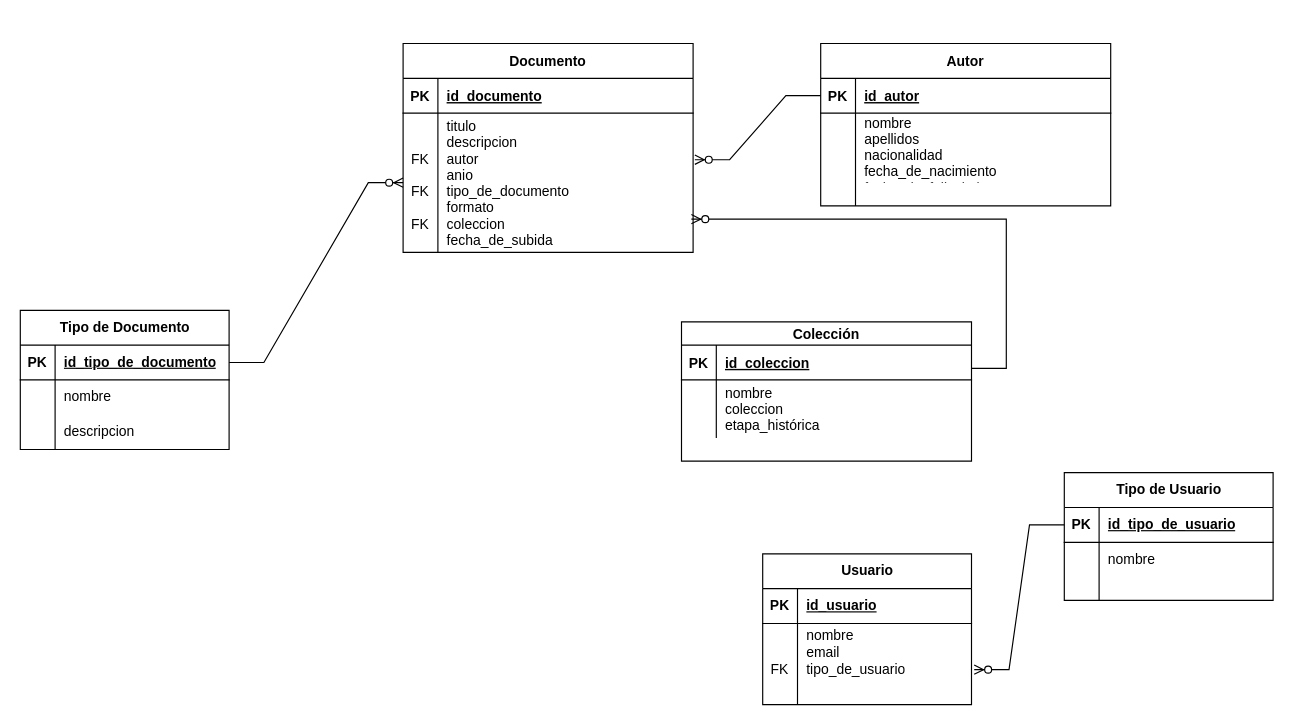
reyes-art-car/aetas-historia keeps this draw.io diagram as aetas-historia-ER.drawio. Above is the earlier version. Source tidied: cells renumbered, new cells numbered last; positions are measured from the earlier drawing's top-left corner, leaving out a move shared by most shapes. Both pictures are drawn from the tidied source at 116%, with x=0, y=0 at pixel (20, 43).
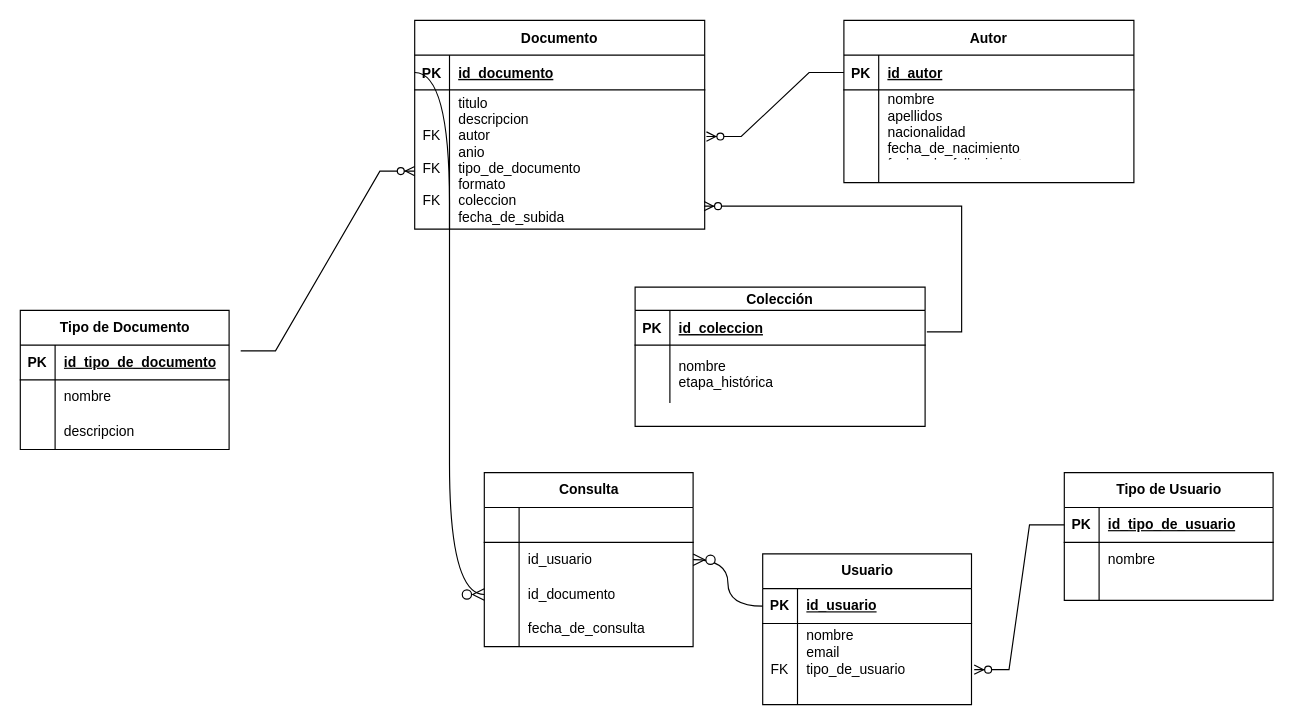
The same diagram, later.

The change refers to these unchanged cells:
```xml
<mxCell id="16" style="shape=partialRectangle;fillColor=none;top=0;left=0;right=0;bottom=0;" parent="12" vertex="1">
  <mxGeometry y="50" width="250" height="50" as="geometry" />
</mxCell>
<mxCell id="20" style="shape=partialRectangle;fillColor=none;points=[[0,0.5],[1,0.5]];portConstraint=eastwest;top=0;left=0;right=0;bottom=1;" parent="19" vertex="1">
  <mxGeometry y="30" width="250" height="30" as="geometry" />
</mxCell>
<mxCell id="23" style="shape=partialRectangle;fillColor=none;points=[[0,0.5],[1,0.5]];portConstraint=eastwest;top=0;left=0;right=0;bottom=0;" parent="19" vertex="1">
  <mxGeometry y="60" width="250" height="120" as="geometry" />
</mxCell>
<mxCell id="27" style="shape=tableRow;horizontal=0;startSize=0;swimlaneHead=0;swimlaneBody=0;fillColor=none;points=[[0,0.5],[1,0.5]];portConstraint=eastwest;top=0;left=0;right=0;bottom=1;" parent="26" vertex="1">
  <mxGeometry y="30" width="180" height="30" as="geometry" />
</mxCell>
<mxCell id="37" style="shape=tableRow;horizontal=0;startSize=0;swimlaneHead=0;swimlaneBody=0;fillColor=none;points=[[0,0.5],[1,0.5]];portConstraint=eastwest;top=0;left=0;right=0;bottom=1;" parent="36" vertex="1">
  <mxGeometry y="30" width="180" height="30" as="geometry" />
</mxCell>
```

What changed in the source:
```diff
@@
     <mxCell id="2" value="Autor" style="shape=table;startSize=30;childLayout=tableLayout;rowLines=0;fontStyle=1;align=center;" parent="1" vertex="1">
-      <mxGeometry x="690" width="250" height="140" as="geometry" />
+      <mxGeometry x="710" y="-20" width="250" height="140" as="geometry" />
     </mxCell>
@@
     <mxCell id="12" value="Colección" style="shape=table;startSize=20;childLayout=tableLayout;rowLines=0;fontStyle=1;align=center;" parent="1" vertex="1">
-      <mxGeometry x="570" y="240" width="250" height="120" as="geometry" />
+      <mxGeometry x="530" y="210" width="250" height="120" as="geometry" />
     </mxCell>
@@
-    <mxCell id="18" value="nombre&#10;coleccion&#10;etapa_histórica" style="shape=partialRectangle;overflow=hidden;fillColor=none;top=0;left=0;bottom=0;right=0;align=left;spacingLeft=6;" parent="16" vertex="1">
+    <mxCell id="18" value="nombre&#10;etapa_histórica" style="shape=partialRectangle;overflow=hidden;fillColor=none;top=0;left=0;bottom=0;right=0;align=left;spacingLeft=6;" parent="16" vertex="1">
       <mxGeometry x="30" width="220" height="50" as="geometry" />
     </mxCell>
     <mxCell id="19" value="Documento" style="shape=table;startSize=30;childLayout=tableLayout;rowLines=0;fontStyle=1;align=center;" parent="1" vertex="1">
-      <mxGeometry x="330" width="250" height="180" as="geometry" />
+      <mxGeometry x="340" y="-20" width="250" height="180" as="geometry" />
     </mxCell>
@@
-    <mxCell id="56" style="edgeStyle=entityRelationEdgeStyle;fontSize=12;html=1;endArrow=ERzeroToMany;endFill=1;rounded=0;" parent="1" edge="1" source="27">
+    <mxCell id="56" style="edgeStyle=entityRelationEdgeStyle;fontSize=12;html=1;endArrow=ERzeroToMany;endFill=1;rounded=0;" parent="1" edge="1">
       <mxGeometry relative="1" as="geometry">
-        <mxPoint x="330" y="120" as="targetPoint" />
+        <mxPoint x="190" y="265" as="sourcePoint" />
+        <mxPoint x="340" y="110" as="targetPoint" />
       </mxGeometry>
     </mxCell>
-    <mxCell id="57" style="edgeStyle=entityRelationEdgeStyle;fontSize=12;html=1;endArrow=ERzeroToMany;endFill=1;rounded=0;entryX=0.994;entryY=0.762;entryDx=0;entryDy=0;entryPerimeter=0;" parent="1" edge="1" target="23">
+    <mxCell id="57" style="edgeStyle=entityRelationEdgeStyle;fontSize=12;html=1;endArrow=ERzeroToMany;endFill=1;rounded=0;entryX=0.998;entryY=0.835;entryDx=0;entryDy=0;entryPerimeter=0;" parent="1" edge="1" target="23">
       <mxGeometry relative="1" as="geometry">
-        <mxPoint x="820" y="280" as="sourcePoint" />
+        <mxPoint x="781.5" y="248.6" as="sourcePoint" />
         <Array as="points">
-          <mxPoint x="640" y="165" />
-          <mxPoint x="880" y="155" />
-          <mxPoint x="650" y="115" />
+          <mxPoint x="601.5" y="133.6" />
+          <mxPoint x="841.5" y="123.6" />
+          <mxPoint x="611.5" y="83.6" />
         </Array>
       </mxGeometry>
     </mxCell>
@@
+    <mxCell id="60" value="Consulta" style="shape=table;startSize=30;childLayout=tableLayout;rowLines=0;fontStyle=1;align=center;html=1;" parent="1" vertex="1">
+      <mxGeometry x="400" y="370" width="180" height="150" as="geometry" />
+    </mxCell>
+    <mxCell id="61" style="shape=tableRow;horizontal=0;startSize=0;swimlaneHead=0;swimlaneBody=0;fillColor=none;top=0;left=0;right=0;bottom=1;" parent="60" vertex="1">
+      <mxGeometry y="30" width="180" height="30" as="geometry" />
+    </mxCell>
+    <mxCell id="62" style="shape=partialRectangle;fillColor=none;top=0;left=0;bottom=0;right=0;fontStyle=1;overflow=hidden;whiteSpace=wrap;html=1;" parent="61" vertex="1">
+      <mxGeometry width="30" height="30" as="geometry" />
+    </mxCell>
+    <mxCell id="63" style="shape=partialRectangle;fillColor=none;top=0;left=0;bottom=0;right=0;align=left;spacingLeft=6;fontStyle=5;overflow=hidden;whiteSpace=wrap;html=1;" parent="61" vertex="1">
+      <mxGeometry x="30" width="150" height="30" as="geometry" />
+    </mxCell>
+    <mxCell id="64" style="shape=tableRow;horizontal=0;startSize=0;swimlaneHead=0;swimlaneBody=0;fillColor=none;points=[[0,0.5],[1,0.5]];portConstraint=eastwest;top=0;left=0;right=0;bottom=0;" parent="60" vertex="1">
+      <mxGeometry y="60" width="180" height="30" as="geometry" />
+    </mxCell>
+    <mxCell id="65" style="shape=partialRectangle;fillColor=none;top=0;left=0;bottom=0;right=0;overflow=hidden;whiteSpace=wrap;html=1;" parent="64" vertex="1">
+      <mxGeometry width="30" height="30" as="geometry" />
+    </mxCell>
+    <mxCell id="66" value="id_usuario" style="shape=partialRectangle;fillColor=none;top=0;left=0;bottom=0;right=0;align=left;spacingLeft=6;overflow=hidden;whiteSpace=wrap;html=1;" parent="64" vertex="1">
+      <mxGeometry x="30" width="150" height="30" as="geometry" />
+    </mxCell>
+    <mxCell id="67" style="shape=tableRow;horizontal=0;startSize=0;swimlaneHead=0;swimlaneBody=0;fillColor=none;points=[[0,0.5],[1,0.5]];portConstraint=eastwest;top=0;left=0;right=0;bottom=0;" parent="60" vertex="1">
+      <mxGeometry y="90" width="180" height="30" as="geometry" />
+    </mxCell>
+    <mxCell id="68" style="shape=partialRectangle;fillColor=none;top=0;left=0;bottom=0;right=0;overflow=hidden;whiteSpace=wrap;html=1;" parent="67" vertex="1">
+      <mxGeometry width="30" height="30" as="geometry" />
+    </mxCell>
+    <mxCell id="69" value="id_documento" style="shape=partialRectangle;fillColor=none;top=0;left=0;bottom=0;right=0;align=left;spacingLeft=6;overflow=hidden;whiteSpace=wrap;html=1;" parent="67" vertex="1">
+      <mxGeometry x="30" width="150" height="30" as="geometry" />
+    </mxCell>
+    <mxCell id="70" style="shape=tableRow;horizontal=0;startSize=0;swimlaneHead=0;swimlaneBody=0;fillColor=none;top=0;left=0;right=0;bottom=0;" parent="60" vertex="1">
+      <mxGeometry y="120" width="180" height="30" as="geometry" />
+    </mxCell>
+    <mxCell id="71" style="shape=partialRectangle;fillColor=none;top=0;left=0;bottom=0;right=0;overflow=hidden;whiteSpace=wrap;html=1;" parent="70" vertex="1">
+      <mxGeometry width="30" height="30" as="geometry" />
+    </mxCell>
+    <mxCell id="72" value="fecha_de_consulta" style="shape=partialRectangle;fillColor=none;top=0;left=0;bottom=0;right=0;align=left;spacingLeft=6;overflow=hidden;whiteSpace=wrap;html=1;" parent="70" vertex="1">
+      <mxGeometry x="30" width="150" height="30" as="geometry" />
+    </mxCell>
+    <mxCell id="73" style="edgeStyle=entityRelationEdgeStyle;fontSize=12;html=1;endArrow=ERzeroToMany;endFill=1;rounded=0;startSize=8;endSize=8;curved=1;exitX=0;exitY=0.5;exitDx=0;exitDy=0;entryX=1;entryY=0.5;entryDx=0;entryDy=0;" parent="1" edge="1" source="37" target="64">
+      <mxGeometry relative="1" as="geometry">
+        <Array as="points">
+          <mxPoint x="570" y="420" />
+          <mxPoint x="480" y="420" />
+          <mxPoint x="360" y="430" />
+          <mxPoint x="340" y="320" />
+        </Array>
+      </mxGeometry>
+    </mxCell>
+    <mxCell id="74" style="edgeStyle=entityRelationEdgeStyle;fontSize=12;html=1;endArrow=ERzeroToMany;endFill=1;rounded=0;startSize=8;endSize=8;curved=1;exitX=0;exitY=0.5;exitDx=0;exitDy=0;entryX=0;entryY=0.5;entryDx=0;entryDy=0;" parent="1" edge="1" source="20" target="67">
+      <mxGeometry relative="1" as="geometry">
+        <Array as="points">
+          <mxPoint x="300" y="260" />
+          <mxPoint x="280" y="270" />
+        </Array>
+      </mxGeometry>
+    </mxCell>
```
